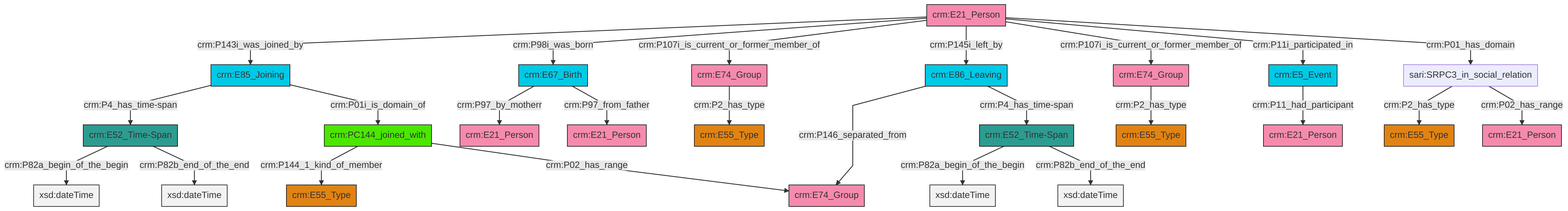
swiss-art-research-net/docs.swissartresearch keeps this Mermaid diagram as et/personCSV/ttl/mmd/png/Person_Actor_Relations.png. Above is the earlier version. Its source is kept beside it as et/personCSV/ttl/mmd/Person_Actor_Relations.ttl.mmd.
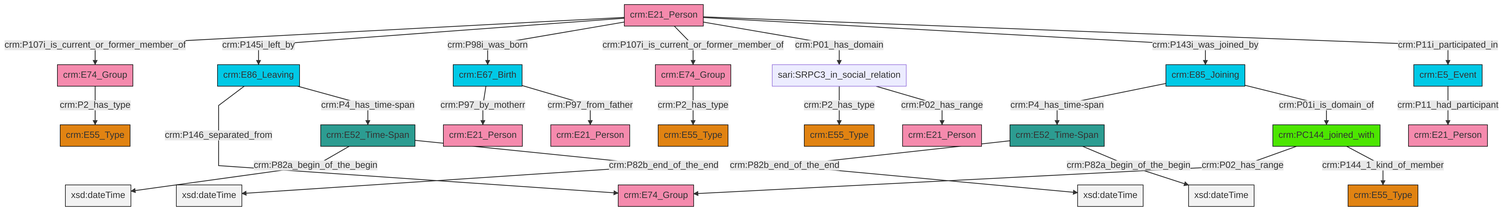
Above is the later version.

Diff of the diagram source:
```diff
@@ -13,27 +13,27 @@
 classDef PC_Classes fill:#4ce600, stroke:#000000;
 classDef Multi fill:#cccccc,stroke:#000000;
 
-10["crm:E67_Birth"]:::Temporal_Entity -->|crm:P97_by_motherr| 11["crm:E21_Person"]:::Actor
-12["crm:E52_Time-Span"]:::Time-Span -->|crm:P82a_begin_of_the_begin| 13[xsd:dateTime]:::Literal
-14["crm:E21_Person"]:::Actor -->|crm:P143i_was_joined_by| 4["crm:E85_Joining"]:::Temporal_Entity
-14["crm:E21_Person"]:::Actor -->|crm:P98i_was_born| 10["crm:E67_Birth"]:::Temporal_Entity
-17["crm:E74_Group"]:::Actor -->|crm:P2_has_type| 18["crm:E55_Type"]:::Type
-20["crm:E5_Event"]:::Temporal_Entity -->|crm:P11_had_participant| 21["crm:E21_Person"]:::Actor
-15["crm:PC144_joined_with"]:::PC_Classes -->|crm:P144_1_kind_of_member| 0["crm:E55_Type"]:::Type
-14["crm:E21_Person"]:::Actor -->|crm:P107i_is_current_or_former_member_of| 17["crm:E74_Group"]:::Actor
-14["crm:E21_Person"]:::Actor -->|crm:P145i_left_by| 6["crm:E86_Leaving"]:::Temporal_Entity
-14["crm:E21_Person"]:::Actor -->|crm:P107i_is_current_or_former_member_of| 8["crm:E74_Group"]:::Actor
-26["crm:E52_Time-Span"]:::Time-Span -->|crm:P82a_begin_of_the_begin| 27[xsd:dateTime]:::Literal
-6["crm:E86_Leaving"]:::Temporal_Entity -->|crm:P146_separated_from| 28["crm:E74_Group"]:::Actor
-12["crm:E52_Time-Span"]:::Time-Span -->|crm:P82b_end_of_the_end| 29[xsd:dateTime]:::Literal
-10["crm:E67_Birth"]:::Temporal_Entity -->|crm:P97_from_father| 30["crm:E21_Person"]:::Actor
-8["crm:E74_Group"]:::Actor -->|crm:P2_has_type| 31["crm:E55_Type"]:::Type
-6["crm:E86_Leaving"]:::Temporal_Entity -->|crm:P4_has_time-span| 12["crm:E52_Time-Span"]:::Time-Span
-22["sari:SRPC3_in_social_relation"]:::Default -->|crm:P2_has_type| 2["crm:E55_Type"]:::Type
-4["crm:E85_Joining"]:::Temporal_Entity -->|crm:P4_has_time-span| 26["crm:E52_Time-Span"]:::Time-Span
-14["crm:E21_Person"]:::Actor -->|crm:P11i_participated_in| 20["crm:E5_Event"]:::Temporal_Entity
-4["crm:E85_Joining"]:::Temporal_Entity -->|crm:P01i_is_domain_of| 15["crm:PC144_joined_with"]:::PC_Classes
-15["crm:PC144_joined_with"]:::PC_Classes -->|crm:P02_has_range| 28["crm:E74_Group"]:::Actor
-22["sari:SRPC3_in_social_relation"]:::Default -->|crm:P02_has_range| 24["crm:E21_Person"]:::Actor
-14["crm:E21_Person"]:::Actor -->|crm:P01_has_domain| 22["sari:SRPC3_in_social_relation"]:::Default
-26["crm:E52_Time-Span"]:::Time-Span -->|crm:P82b_end_of_the_end| 46[xsd:dateTime]:::Literal
+2["crm:PC144_joined_with"]:::PC_Classes -->|crm:P02_has_range| 3["crm:E74_Group"]:::Actor
+4["crm:E86_Leaving"]:::Temporal_Entity -->|crm:P146_separated_from| 3["crm:E74_Group"]:::Actor
+8["crm:E74_Group"]:::Actor -->|crm:P2_has_type| 9["crm:E55_Type"]:::Type
+10["crm:E21_Person"]:::Actor -->|crm:P107i_is_current_or_former_member_of| 8["crm:E74_Group"]:::Actor
+11["sari:SRPC3_in_social_relation"]:::Default -->|crm:P2_has_type| 13["crm:E55_Type"]:::Type
+5["crm:E52_Time-Span"]:::Time-Span -->|crm:P82b_end_of_the_end| 15[xsd:dateTime]:::Literal
+4["crm:E86_Leaving"]:::Temporal_Entity -->|crm:P4_has_time-span| 16["crm:E52_Time-Span"]:::Time-Span
+10["crm:E21_Person"]:::Actor -->|crm:P145i_left_by| 4["crm:E86_Leaving"]:::Temporal_Entity
+10["crm:E21_Person"]:::Actor -->|crm:P98i_was_born| 21["crm:E67_Birth"]:::Temporal_Entity
+10["crm:E21_Person"]:::Actor -->|crm:P107i_is_current_or_former_member_of| 22["crm:E74_Group"]:::Actor
+10["crm:E21_Person"]:::Actor -->|crm:P01_has_domain| 11["sari:SRPC3_in_social_relation"]:::Default
+21["crm:E67_Birth"]:::Temporal_Entity -->|crm:P97_by_motherr| 0["crm:E21_Person"]:::Actor
+23["crm:E5_Event"]:::Temporal_Entity -->|crm:P11_had_participant| 25["crm:E21_Person"]:::Actor
+16["crm:E52_Time-Span"]:::Time-Span -->|crm:P82a_begin_of_the_begin| 26[xsd:dateTime]:::Literal
+22["crm:E74_Group"]:::Actor -->|crm:P2_has_type| 17["crm:E55_Type"]:::Type
+11["sari:SRPC3_in_social_relation"]:::Default -->|crm:P02_has_range| 30["crm:E21_Person"]:::Actor
+32["crm:E85_Joining"]:::Temporal_Entity -->|crm:P4_has_time-span| 5["crm:E52_Time-Span"]:::Time-Span
+16["crm:E52_Time-Span"]:::Time-Span -->|crm:P82b_end_of_the_end| 34[xsd:dateTime]:::Literal
+10["crm:E21_Person"]:::Actor -->|crm:P143i_was_joined_by| 32["crm:E85_Joining"]:::Temporal_Entity
+21["crm:E67_Birth"]:::Temporal_Entity -->|crm:P97_from_father| 38["crm:E21_Person"]:::Actor
+5["crm:E52_Time-Span"]:::Time-Span -->|crm:P82a_begin_of_the_begin| 40[xsd:dateTime]:::Literal
+10["crm:E21_Person"]:::Actor -->|crm:P11i_participated_in| 23["crm:E5_Event"]:::Temporal_Entity
+32["crm:E85_Joining"]:::Temporal_Entity -->|crm:P01i_is_domain_of| 2["crm:PC144_joined_with"]:::PC_Classes
+2["crm:PC144_joined_with"]:::PC_Classes -->|crm:P144_1_kind_of_member| 28["crm:E55_Type"]:::Type
```
